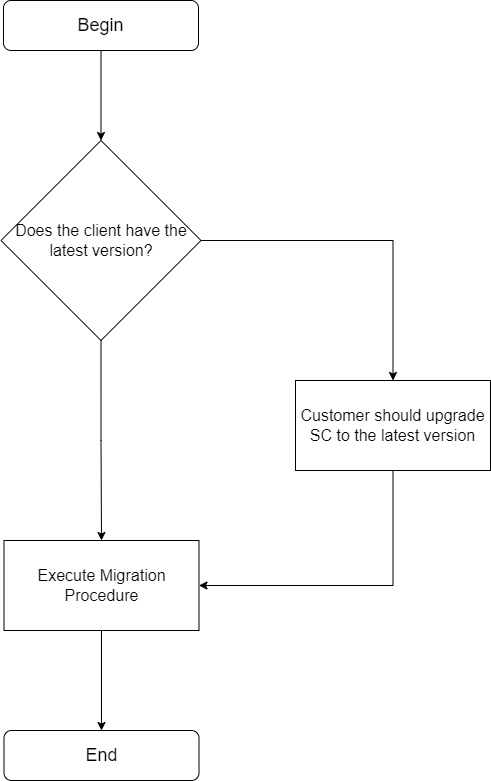
smitbmx/Architecture-Diagrams keeps this draw.io diagram as zDifferent/SC/Migration Algorithm Flowchart.drawio.png. Above is the earlier version. Source tidied: cells renumbered, new cells last; positions are measured from the earlier drawing's top-left corner, leaving out a move shared by most shapes.
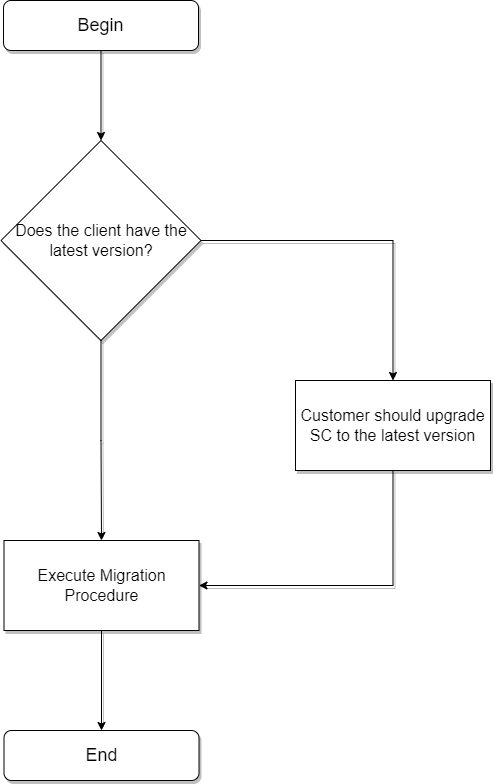
After the commit.

Change to the diagram source:
```diff
@@ -2,34 +2,34 @@
   <root>
     <mxCell id="0" />
     <mxCell id="1" parent="0" />
-    <mxCell id="2" value="Begin" style="rounded=1;whiteSpace=wrap;html=1;fontSize=18;" parent="1" vertex="1">
+    <mxCell id="2" value="Begin" style="rounded=1;whiteSpace=wrap;html=1;fontSize=18;shadow=1;" parent="1" vertex="1">
       <mxGeometry x="2" width="195" height="50" as="geometry" />
     </mxCell>
-    <mxCell id="3" style="edgeStyle=orthogonalEdgeStyle;rounded=0;jettySize=auto;html=1;exitX=1;exitY=0.5;exitDx=0;exitDy=0;fontSize=16;" parent="1" edge="1" source="5" target="8">
+    <mxCell id="3" style="edgeStyle=orthogonalEdgeStyle;rounded=0;jettySize=auto;html=1;exitX=1;exitY=0.5;exitDx=0;exitDy=0;fontSize=16;shadow=1;" parent="1" edge="1" source="5" target="8">
       <mxGeometry relative="1" as="geometry" />
     </mxCell>
-    <mxCell id="4" style="edgeStyle=orthogonalEdgeStyle;rounded=0;jettySize=auto;html=1;exitX=0.5;exitY=1;exitDx=0;exitDy=0;entryX=0.5;entryY=0;entryDx=0;entryDy=0;fontSize=16;" parent="1" edge="1" source="5" target="10">
+    <mxCell id="4" style="edgeStyle=orthogonalEdgeStyle;rounded=0;jettySize=auto;html=1;exitX=0.5;exitY=1;exitDx=0;exitDy=0;entryX=0.5;entryY=0;entryDx=0;entryDy=0;fontSize=16;shadow=1;" parent="1" edge="1" source="5" target="10">
       <mxGeometry relative="1" as="geometry" />
     </mxCell>
-    <mxCell id="5" value="Does the client have the latest version?" style="rhombus;whiteSpace=wrap;html=1;fontSize=16;" parent="1" vertex="1">
+    <mxCell id="5" value="Does the client have the latest version?" style="rhombus;whiteSpace=wrap;html=1;fontSize=16;shadow=1;" parent="1" vertex="1">
       <mxGeometry x="-0.5" y="140" width="200" height="200" as="geometry" />
     </mxCell>
-    <mxCell id="6" value="End" style="rounded=1;whiteSpace=wrap;html=1;fontSize=18;" parent="1" vertex="1">
+    <mxCell id="6" value="End" style="rounded=1;whiteSpace=wrap;html=1;fontSize=18;shadow=1;" parent="1" vertex="1">
       <mxGeometry x="2.5" y="730" width="195" height="50" as="geometry" />
     </mxCell>
-    <mxCell id="7" style="edgeStyle=orthogonalEdgeStyle;rounded=0;jettySize=auto;html=1;exitX=0.5;exitY=1;exitDx=0;exitDy=0;entryX=1;entryY=0.5;entryDx=0;entryDy=0;fontSize=16;" parent="1" edge="1" source="8" target="10">
+    <mxCell id="7" style="edgeStyle=orthogonalEdgeStyle;rounded=0;jettySize=auto;html=1;exitX=0.5;exitY=1;exitDx=0;exitDy=0;entryX=1;entryY=0.5;entryDx=0;entryDy=0;fontSize=16;shadow=1;" parent="1" edge="1" source="8" target="10">
       <mxGeometry relative="1" as="geometry" />
     </mxCell>
-    <mxCell id="8" value="Customer should upgrade SC to the latest version" style="rounded=0;whiteSpace=wrap;html=1;fontSize=16;" parent="1" vertex="1">
+    <mxCell id="8" value="Customer should upgrade SC to the latest version" style="rounded=0;whiteSpace=wrap;html=1;fontSize=16;shadow=1;" parent="1" vertex="1">
       <mxGeometry x="294" y="380" width="195" height="90" as="geometry" />
     </mxCell>
-    <mxCell id="9" style="edgeStyle=orthogonalEdgeStyle;rounded=0;jettySize=auto;html=1;fontSize=16;" parent="1" edge="1" source="10" target="6">
+    <mxCell id="9" style="edgeStyle=orthogonalEdgeStyle;rounded=0;jettySize=auto;html=1;fontSize=16;shadow=1;" parent="1" edge="1" source="10" target="6">
       <mxGeometry relative="1" as="geometry" />
     </mxCell>
-    <mxCell id="10" value="Execute Migration Procedure" style="rounded=0;whiteSpace=wrap;html=1;fontSize=16;" parent="1" vertex="1">
+    <mxCell id="10" value="Execute Migration Procedure" style="rounded=0;whiteSpace=wrap;html=1;fontSize=16;shadow=1;" parent="1" vertex="1">
       <mxGeometry x="2.5" y="540" width="195" height="90" as="geometry" />
     </mxCell>
-    <mxCell id="11" style="endArrow=classic;html=1;rounded=0;fontSize=16;exitX=0.5;exitY=1;exitDx=0;exitDy=0;entryX=0.5;entryY=0;entryDx=0;entryDy=0;" parent="1" edge="1" source="2" target="5">
+    <mxCell id="11" style="endArrow=classic;html=1;rounded=0;fontSize=16;exitX=0.5;exitY=1;exitDx=0;exitDy=0;entryX=0.5;entryY=0;entryDx=0;entryDy=0;shadow=1;" parent="1" edge="1" source="2" target="5">
       <mxGeometry relative="1" as="geometry" />
     </mxCell>
   </root>
```
